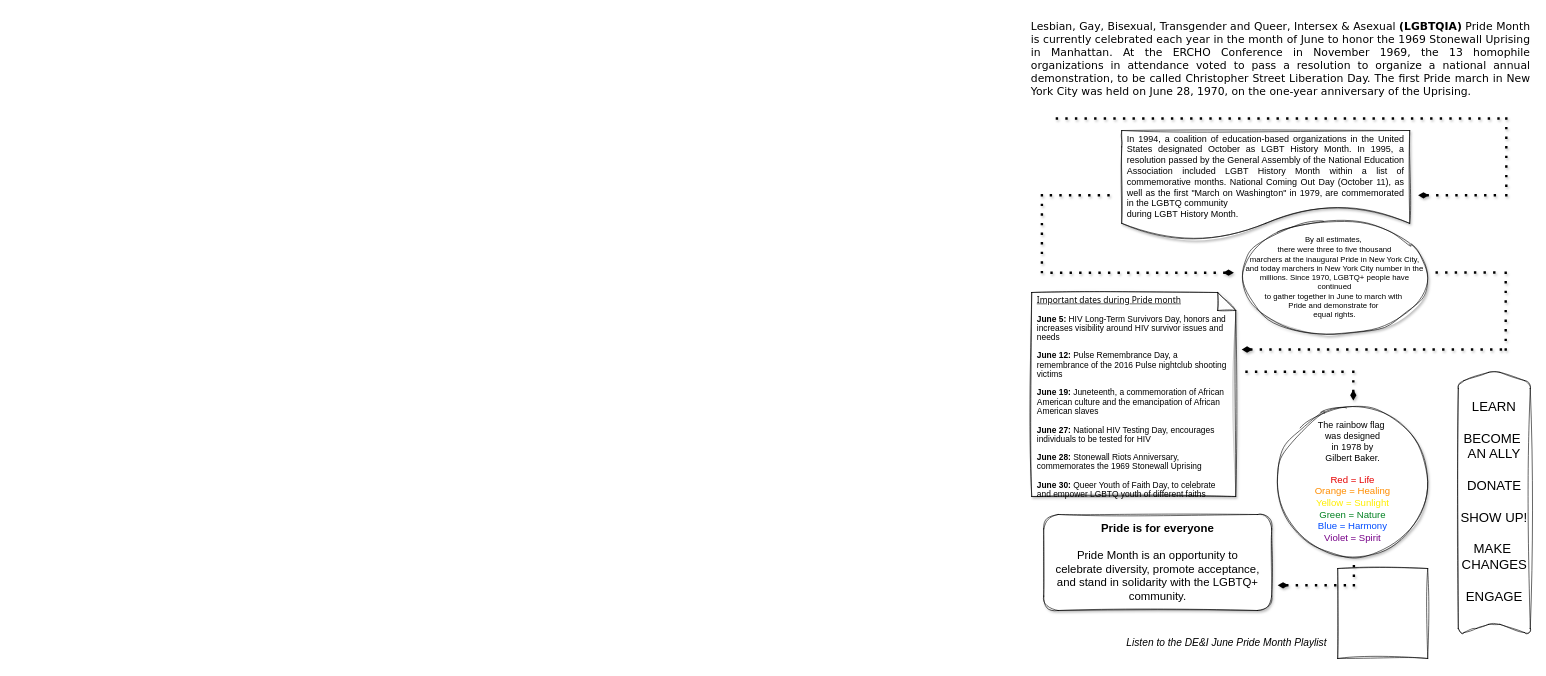
The draw.io diagram pride-month-info.drawio in argounova/draw-io, before the edit. Source tidied: cells renumbered, new cells numbered last; positions are measured from the earlier drawing's top-left corner, leaving out a move shared by most shapes. Both pictures are drawn from the tidied source at 60%, with x=0, y=0 at pixel (1025, 10).
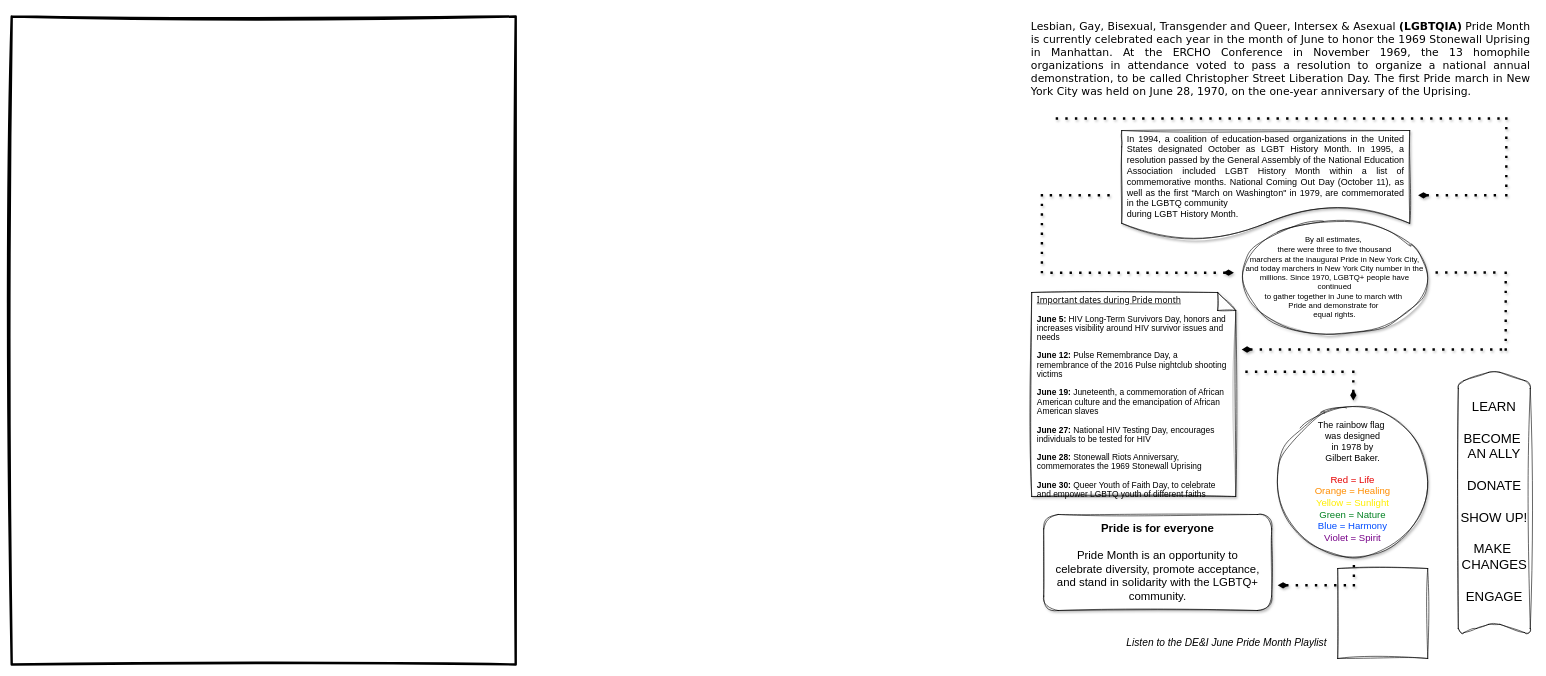
The same diagram, later.

Change to the diagram source:
```diff
@@
+    <mxCell id="24" style="rounded=0;whiteSpace=wrap;html=1;sketch=1;curveFitting=1;jiggle=2;strokeWidth=4;fillColor=none;perimeterSpacing=0;" parent="1" vertex="1">
+      <mxGeometry x="-1690" y="10" width="840" height="1080" as="geometry" />
+    </mxCell>
```
